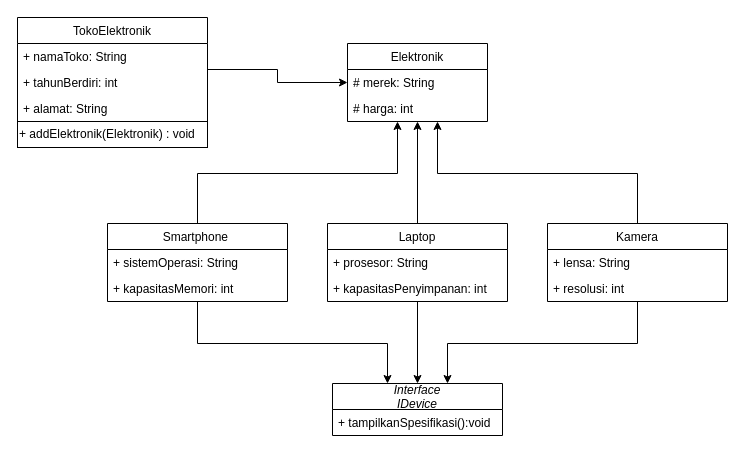
Earlier version of the draw.io diagram page "Page-2" (2 of 2) of Untitled Diagram.drawio (tebri-artanto/KSP-Java). Source tidied: cells renumbered, new cells numbered last; positions are measured from the earlier drawing's top-left corner, leaving out a move shared by most shapes. Both pictures are drawn from the tidied source at 100%, with x=0, y=0 at pixel (17, 17).
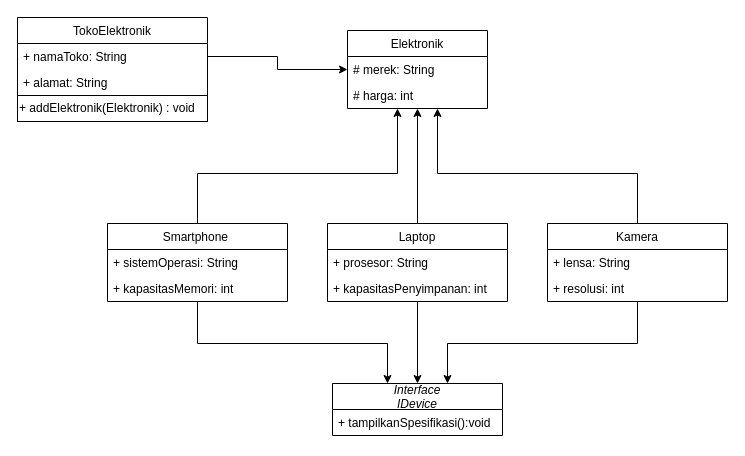
The same page after the edit.

Diff of the diagram source:
```diff
@@
     <mxCell id="3" value="TokoElektronik" style="swimlane;fontStyle=0;horizontal=1;startSize=26;fillColor=none;" parent="1" vertex="1">
-      <mxGeometry width="190" height="104" as="geometry" />
+      <mxGeometry width="190" height="78" as="geometry" />
     </mxCell>
@@
-    <mxCell id="5" value="+ tahunBerdiri: int" style="text;strokeColor=none;fillColor=none;align=left;verticalAlign=top;spacingLeft=4;spacingRight=4;overflow=hidden;" parent="3" vertex="1">
-      <mxGeometry y="52" width="190" height="26" as="geometry" />
-    </mxCell>
     <mxCell id="6" value="+ alamat: String" style="text;strokeColor=none;fillColor=none;align=left;verticalAlign=top;spacingLeft=4;spacingRight=4;overflow=hidden;" parent="3" vertex="1">
-      <mxGeometry y="78" width="190" height="26" as="geometry" />
+      <mxGeometry y="52" width="190" height="26" as="geometry" />
     </mxCell>
     <mxCell id="7" value="+ addElektronik(Elektronik) : void" style="whiteSpace=wrap;html=1;fillColor=none;align=left;" parent="1" vertex="1">
-      <mxGeometry y="104" width="190" height="26" as="geometry" />
+      <mxGeometry y="78" width="190" height="26" as="geometry" />
     </mxCell>
     <mxCell id="8" value="Elektronik" style="swimlane;fontStyle=0;horizontal=1;startSize=26;fillColor=none;" parent="1" vertex="1">
-      <mxGeometry x="330" y="26" width="140" height="78" as="geometry" />
+      <mxGeometry x="330" y="13" width="140" height="78" as="geometry" />
     </mxCell>
```
